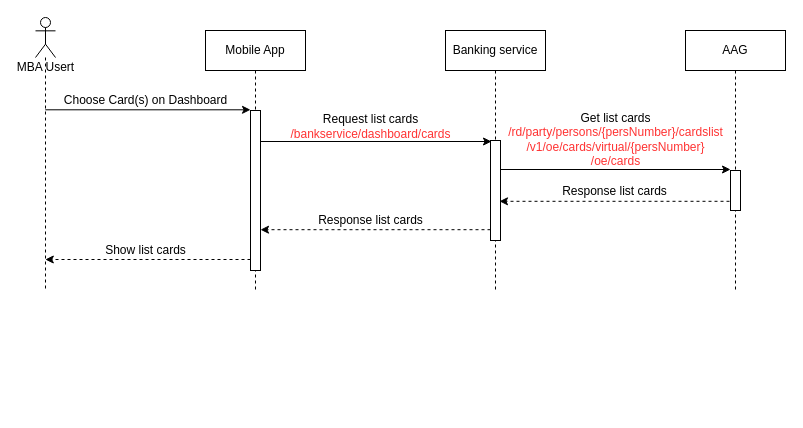
The draw.io diagram page "View-List-Card" (1 of 15) of Sequence Diagram.drawio in lyminh1994/diagram, before the edit. Source tidied: cells renumbered, new cells numbered last; positions are measured from the earlier drawing's top-left corner, leaving out a move shared by most shapes. Both pictures are drawn from the tidied source at 100%, with x=0, y=0 at pixel (35, 17).
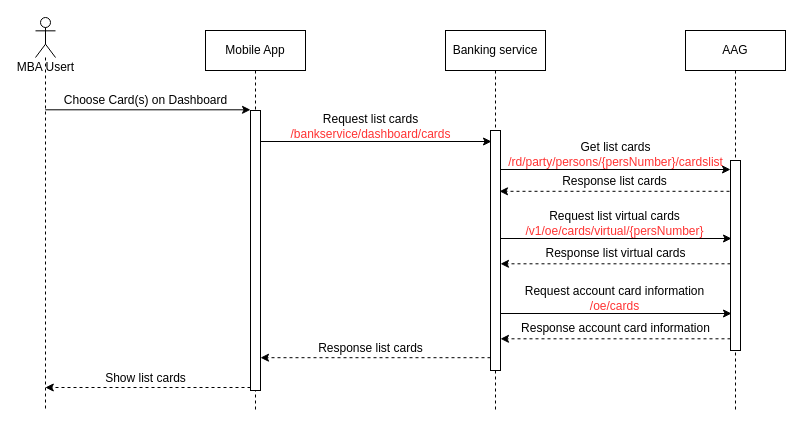
The same diagram, later.

What changed in the source:
```diff
@@
     <mxCell id="3" value="MBA Usert" style="shape=umlLifeline;participant=umlActor;perimeter=lifelinePerimeter;html=1;verticalAlign=top;spacingTop=36;strokeColor=#000000;strokeWidth=1;fillColor=none;size=40;" parent="1" vertex="1">
-      <mxGeometry width="20" height="273" as="geometry" />
+      <mxGeometry width="20" height="393" as="geometry" />
     </mxCell>
     <mxCell id="4" value="&lt;span&gt;Mobile App&lt;/span&gt;" style="shape=umlLifeline;perimeter=lifelinePerimeter;whiteSpace=wrap;html=1;rounded=0;shadow=0;strokeColor=#000000;strokeWidth=1;fillColor=none;verticalAlign=middle;" parent="1" vertex="1">
-      <mxGeometry x="170" y="13" width="100" height="260" as="geometry" />
+      <mxGeometry x="170" y="13" width="100" height="380" as="geometry" />
     </mxCell>
     <mxCell id="5" value="&lt;span&gt;Banking service&lt;/span&gt;" style="shape=umlLifeline;perimeter=lifelinePerimeter;whiteSpace=wrap;html=1;rounded=0;shadow=0;strokeColor=#000000;strokeWidth=1;fillColor=none;verticalAlign=middle;" parent="1" vertex="1">
-      <mxGeometry x="410" y="13" width="100" height="260" as="geometry" />
+      <mxGeometry x="410" y="13" width="100" height="380" as="geometry" />
     </mxCell>
     <mxCell id="6" value="&lt;span&gt;AAG&lt;/span&gt;" style="shape=umlLifeline;perimeter=lifelinePerimeter;whiteSpace=wrap;html=1;rounded=0;shadow=0;strokeColor=#000000;strokeWidth=1;fillColor=none;verticalAlign=middle;" parent="1" vertex="1">
-      <mxGeometry x="650" y="13" width="100" height="260" as="geometry" />
+      <mxGeometry x="650" y="13" width="100" height="380" as="geometry" />
     </mxCell>
@@
     <mxCell id="8" style="edgeStyle=none;rounded=0;orthogonalLoop=1;jettySize=auto;html=1;dashed=1;" parent="1" edge="1">
       <mxGeometry relative="1" as="geometry">
-        <mxPoint x="215" y="242" as="sourcePoint" />
-        <mxPoint x="9.8" y="242" as="targetPoint" />
+        <mxPoint x="215" y="370" as="sourcePoint" />
+        <mxPoint x="9.8" y="370" as="targetPoint" />
       </mxGeometry>
     </mxCell>
     <mxCell id="9" style="html=1;perimeter=orthogonalPerimeter;" parent="1" vertex="1">
-      <mxGeometry x="215" y="93" width="10" height="160" as="geometry" />
+      <mxGeometry x="215" y="93" width="10" height="280" as="geometry" />
     </mxCell>
@@
     <mxCell id="12" style="edgeStyle=none;rounded=0;orthogonalLoop=1;jettySize=auto;html=1;entryX=1;entryY=0.819;entryDx=0;entryDy=0;entryPerimeter=0;dashed=1;" parent="1" edge="1">
       <mxGeometry relative="1" as="geometry">
-        <mxPoint x="455" y="212.2" as="sourcePoint" />
-        <mxPoint x="225" y="212.2" as="targetPoint" />
+        <mxPoint x="455" y="340.2" as="sourcePoint" />
+        <mxPoint x="225" y="340.2" as="targetPoint" />
       </mxGeometry>
     </mxCell>
     <mxCell id="13" style="html=1;perimeter=orthogonalPerimeter;" parent="1" vertex="1">
-      <mxGeometry x="455" y="123" width="10" height="100" as="geometry" />
+      <mxGeometry x="455" y="113" width="10" height="240" as="geometry" />
     </mxCell>
     <mxCell id="14" style="edgeStyle=none;rounded=0;orthogonalLoop=1;jettySize=auto;html=1;entryX=1;entryY=0.639;entryDx=0;entryDy=0;entryPerimeter=0;dashed=1;" parent="1" edge="1">
       <mxGeometry relative="1" as="geometry">
-        <mxPoint x="694" y="183.8" as="sourcePoint" />
-        <mxPoint x="464" y="183.8" as="targetPoint" />
+        <mxPoint x="694" y="173.8" as="sourcePoint" />
+        <mxPoint x="464" y="173.8" as="targetPoint" />
       </mxGeometry>
     </mxCell>
     <mxCell id="15" style="html=1;perimeter=orthogonalPerimeter;" parent="1" vertex="1">
-      <mxGeometry x="695" y="153" width="10" height="40" as="geometry" />
+      <mxGeometry x="695" y="143" width="10" height="190" as="geometry" />
     </mxCell>
@@
-    <mxCell id="17" value="Get list cards&lt;br&gt;&lt;font color=&quot;#ff3333&quot;&gt;/rd/party/persons/{persNumber}/cardslist&lt;br&gt;/v1/oe/cards/virtual/{persNumber}&lt;br&gt;/oe/cards&lt;/font&gt;" style="text;html=1;align=center;verticalAlign=middle;strokeColor=none;" parent="1" vertex="1">
-      <mxGeometry x="465" y="91.5" width="230" height="60" as="geometry" />
+    <mxCell id="17" value="Get list cards&lt;br&gt;&lt;font color=&quot;#ff3333&quot;&gt;/rd/party/persons/{persNumber}/cardslist&lt;br&gt;&lt;/font&gt;" style="text;html=1;align=center;verticalAlign=middle;strokeColor=none;" parent="1" vertex="1">
+      <mxGeometry x="465" y="122" width="230" height="30" as="geometry" />
     </mxCell>
     <mxCell id="18" value="Response list cards" style="text;html=1;align=center;verticalAlign=middle;strokeColor=none;" parent="1" vertex="1">
-      <mxGeometry x="519" y="163.5" width="120" height="20" as="geometry" />
+      <mxGeometry x="519" y="153.5" width="120" height="20" as="geometry" />
     </mxCell>
     <mxCell id="19" value="Show list cards" style="text;html=1;align=center;verticalAlign=middle;strokeColor=none;" parent="1" vertex="1">
-      <mxGeometry x="60" y="223" width="100" height="20" as="geometry" />
+      <mxGeometry x="60" y="351" width="100" height="20" as="geometry" />
     </mxCell>
     <mxCell id="20" value="Response list cards" style="text;html=1;align=center;verticalAlign=middle;strokeColor=none;" parent="1" vertex="1">
-      <mxGeometry x="275" y="193" width="120" height="20" as="geometry" />
+      <mxGeometry x="275" y="321" width="120" height="20" as="geometry" />
     </mxCell>
+    <mxCell id="21" style="edgeStyle=none;rounded=0;orthogonalLoop=1;jettySize=auto;html=1;entryX=0.1;entryY=0.1;entryDx=0;entryDy=0;entryPerimeter=0;" parent="1" edge="1">
+      <mxGeometry relative="1" as="geometry">
+        <mxPoint x="465" y="221" as="sourcePoint" />
+        <mxPoint x="696" y="221" as="targetPoint" />
+      </mxGeometry>
+    </mxCell>
+    <mxCell id="22" value="Request list virtual cards&lt;br&gt;&lt;span style=&quot;color: rgb(255 , 51 , 51)&quot;&gt;/v1/oe/cards/virtual/{persNumber}&lt;/span&gt;" style="text;html=1;align=center;verticalAlign=middle;strokeColor=none;" parent="1" vertex="1">
+      <mxGeometry x="484" y="191" width="190" height="30" as="geometry" />
+    </mxCell>
+    <mxCell id="23" style="edgeStyle=none;rounded=0;orthogonalLoop=1;jettySize=auto;html=1;entryX=1;entryY=0.639;entryDx=0;entryDy=0;entryPerimeter=0;dashed=1;" parent="1" edge="1">
+      <mxGeometry relative="1" as="geometry">
+        <mxPoint x="695" y="246.3" as="sourcePoint" />
+        <mxPoint x="465" y="246.3" as="targetPoint" />
+      </mxGeometry>
+    </mxCell>
+    <mxCell id="24" value="Response list virtual cards" style="text;html=1;align=center;verticalAlign=middle;strokeColor=none;" parent="1" vertex="1">
+      <mxGeometry x="500" y="226" width="160" height="20" as="geometry" />
+    </mxCell>
+    <mxCell id="25" style="edgeStyle=none;rounded=0;orthogonalLoop=1;jettySize=auto;html=1;entryX=0.1;entryY=0.1;entryDx=0;entryDy=0;entryPerimeter=0;" parent="1" edge="1">
+      <mxGeometry relative="1" as="geometry">
+        <mxPoint x="465" y="296" as="sourcePoint" />
+        <mxPoint x="696" y="296" as="targetPoint" />
+      </mxGeometry>
+    </mxCell>
+    <mxCell id="26" value="Request account card information&lt;br&gt;&lt;span style=&quot;color: rgb(255 , 51 , 51)&quot;&gt;/oe/cards&lt;/span&gt;" style="text;html=1;align=center;verticalAlign=middle;strokeColor=none;" parent="1" vertex="1">
+      <mxGeometry x="484" y="266" width="190" height="30" as="geometry" />
+    </mxCell>
+    <mxCell id="27" style="edgeStyle=none;rounded=0;orthogonalLoop=1;jettySize=auto;html=1;entryX=1;entryY=0.639;entryDx=0;entryDy=0;entryPerimeter=0;dashed=1;" parent="1" edge="1">
+      <mxGeometry relative="1" as="geometry">
+        <mxPoint x="695" y="321.3" as="sourcePoint" />
+        <mxPoint x="465" y="321.3" as="targetPoint" />
+      </mxGeometry>
+    </mxCell>
+    <mxCell id="28" value="Response account card information" style="text;html=1;align=center;verticalAlign=middle;strokeColor=none;" parent="1" vertex="1">
+      <mxGeometry x="480" y="301" width="200" height="20" as="geometry" />
+    </mxCell>
```
